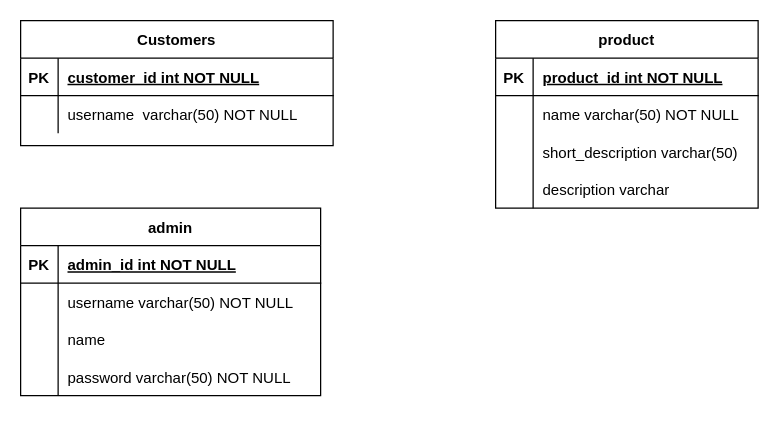
Above: ecommerce.drawio in dcv-k/drawio (draw.io), before the change. Source tidied: cells renumbered, new cells numbered last; positions are measured from the earlier drawing's top-left corner, leaving out a move shared by most shapes. Both pictures are drawn from the tidied source at 125%, with x=0, y=0 at pixel (20, 20).
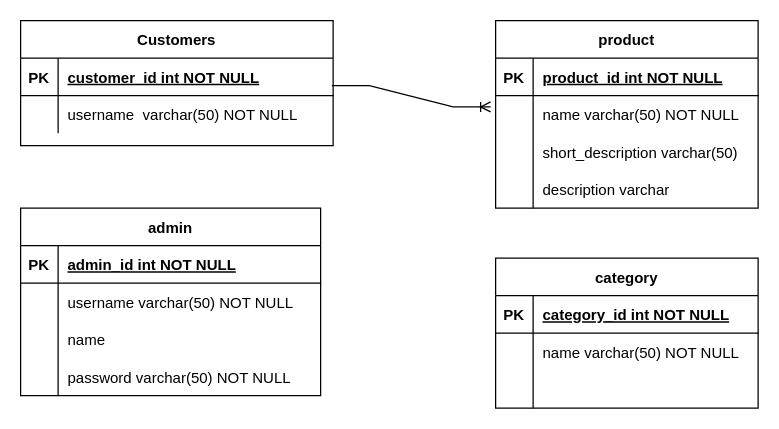
The same diagram, later.

Unchanged cells that the change refers to:
```xml
<mxCell id="3" style="shape=partialRectangle;fillColor=none;points=[[0,0.5],[1,0.5]];portConstraint=eastwest;top=0;left=0;right=0;bottom=1;" parent="2" vertex="1">
  <mxGeometry y="30" width="250" height="30" as="geometry" />
</mxCell>
<mxCell id="13" style="shape=tableRow;horizontal=0;startSize=0;swimlaneHead=0;swimlaneBody=0;fillColor=none;points=[[0,0.5],[1,0.5]];portConstraint=eastwest;top=0;left=0;right=0;bottom=0;" parent="9" vertex="1">
  <mxGeometry y="60" width="210" height="30" as="geometry" />
</mxCell>
```

What changed in the source:
```diff
@@
+    <mxCell id="35" style="edgeStyle=entityRelationEdgeStyle;fontSize=12;html=1;endArrow=ERoneToMany;rounded=0;entryX=-0.019;entryY=0.3;entryDx=0;entryDy=0;exitX=0.996;exitY=0.733;exitDx=0;exitDy=0;exitPerimeter=0;entryPerimeter=0;" parent="1" edge="1" source="3" target="13">
+      <mxGeometry relative="1" as="geometry" />
+    </mxCell>
+    <mxCell id="36" value="category" style="shape=table;startSize=30;childLayout=tableLayout;rowLines=0;fontStyle=1;align=center;" parent="1" vertex="1">
+      <mxGeometry x="380" y="190" width="210" height="120" as="geometry" />
+    </mxCell>
+    <mxCell id="37" style="shape=tableRow;horizontal=0;startSize=0;swimlaneHead=0;swimlaneBody=0;fillColor=none;top=0;left=0;right=0;bottom=1;" parent="36" vertex="1">
+      <mxGeometry y="30" width="210" height="30" as="geometry" />
+    </mxCell>
+    <mxCell id="38" value="PK" style="shape=partialRectangle;fillColor=none;top=0;left=0;bottom=0;right=0;fontStyle=1;overflow=hidden;" parent="37" vertex="1">
+      <mxGeometry width="30" height="30" as="geometry" />
+    </mxCell>
+    <mxCell id="39" value="category_id int NOT NULL" style="shape=partialRectangle;fillColor=none;top=0;left=0;bottom=0;right=0;align=left;spacingLeft=6;fontStyle=5;overflow=hidden;" parent="37" vertex="1">
+      <mxGeometry x="30" width="180" height="30" as="geometry" />
+    </mxCell>
+    <mxCell id="40" style="shape=tableRow;horizontal=0;startSize=0;swimlaneHead=0;swimlaneBody=0;fillColor=none;top=0;left=0;right=0;bottom=0;" parent="36" vertex="1">
+      <mxGeometry y="60" width="210" height="30" as="geometry" />
+    </mxCell>
+    <mxCell id="41" style="shape=partialRectangle;fillColor=none;top=0;left=0;bottom=0;right=0;overflow=hidden;" parent="40" vertex="1">
+      <mxGeometry width="30" height="30" as="geometry" />
+    </mxCell>
+    <mxCell id="42" value="name varchar(50) NOT NULL" style="shape=partialRectangle;fillColor=none;top=0;left=0;bottom=0;right=0;align=left;spacingLeft=6;overflow=hidden;" parent="40" vertex="1">
+      <mxGeometry x="30" width="180" height="30" as="geometry" />
+    </mxCell>
+    <mxCell id="43" style="shape=tableRow;horizontal=0;startSize=0;swimlaneHead=0;swimlaneBody=0;fillColor=none;top=0;left=0;right=0;bottom=0;" parent="36" vertex="1">
+      <mxGeometry y="90" width="210" height="30" as="geometry" />
+    </mxCell>
+    <mxCell id="44" style="shape=partialRectangle;fillColor=none;top=0;left=0;bottom=0;right=0;overflow=hidden;" parent="43" vertex="1">
+      <mxGeometry width="30" height="30" as="geometry" />
+    </mxCell>
+    <mxCell id="45" style="shape=partialRectangle;fillColor=none;top=0;left=0;bottom=0;right=0;align=left;spacingLeft=6;overflow=hidden;" parent="43" vertex="1">
+      <mxGeometry x="30" width="180" height="30" as="geometry" />
+    </mxCell>
```
